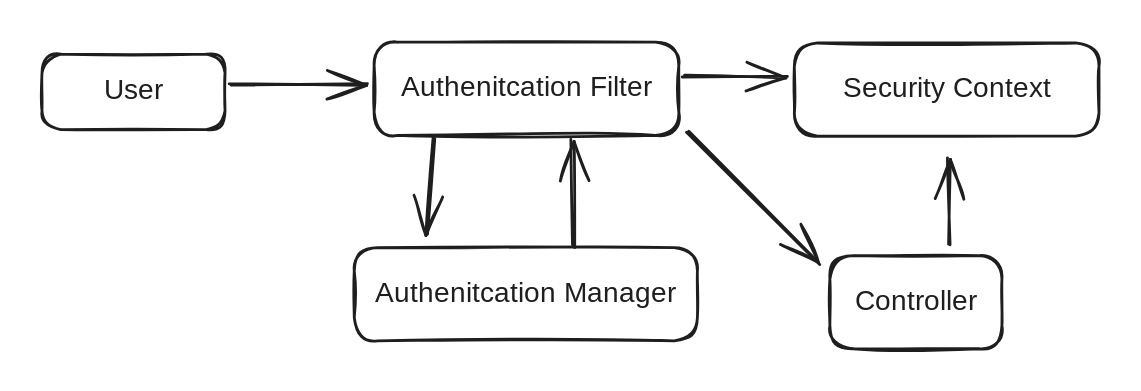
Before: .gitbook/assets/file.excalidraw.svg, a diagram exported from Excalidraw (Junnyjun/junlog). Source tidied: one line per element, renumbered; positions are measured from the earlier drawing's top-left corner, leaving out a move shared by most shapes.
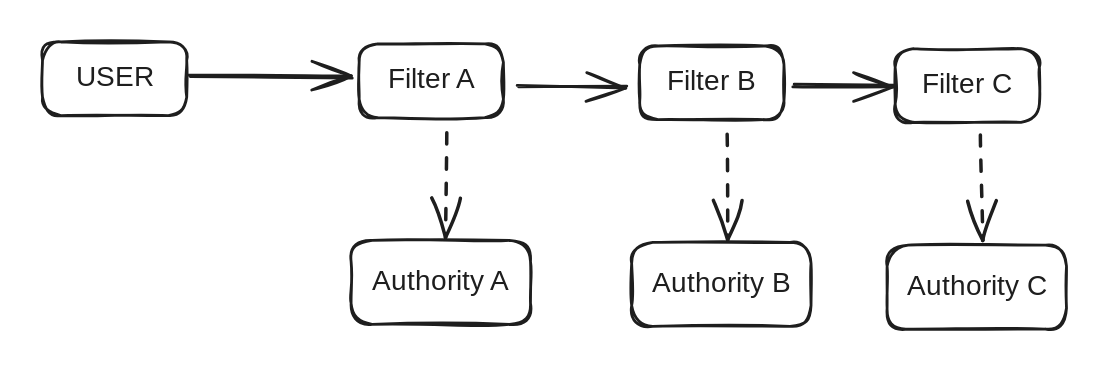
Later version of the same file.

The edit, as a diff of the source:
```diff
@@ -1,16 +1,20 @@
-{"id": 0, "type": "rectangle", "strokeColor": "#1e1e1e", "strokeWidth": 2, "roughness": 1, "round": true, "x": 0, "y": 8, "width": 131, "height": 54}
-{"id": 1, "type": "text", "text": "User", "strokeColor": "#1e1e1e", "strokeWidth": 2, "roughness": 1, "fontSize": 20, "fontFamily": 1, "textAlign": "center", "verticalAlign": "middle", "inside": 0, "x": 43, "y": 23, "width": 45, "height": 25}
-{"id": 2, "type": "arrow", "strokeColor": "#1e1e1e", "strokeWidth": 2, "roughness": 1, "endArrowhead": "arrow", "round": true, "from": 0, "to": 3, "x": 135, "y": 30, "width": 97, "height": 0, "points": [[0, 0], [97, 0]]}
-{"id": 3, "type": "rectangle", "strokeColor": "#1e1e1e", "strokeWidth": 2, "roughness": 1, "round": true, "x": 237, "y": 0, "width": 218, "height": 67}
-{"id": 4, "type": "text", "text": "Authenitcation Filter", "strokeColor": "#1e1e1e", "strokeWidth": 2, "roughness": 1, "fontSize": 20, "fontFamily": 1, "textAlign": "center", "verticalAlign": "middle", "inside": 3, "x": 245, "y": 21, "width": 203, "height": 25}
-{"id": 5, "type": "rectangle", "strokeColor": "#1e1e1e", "strokeWidth": 2, "roughness": 1, "round": true, "x": 537, "y": 1, "width": 218, "height": 67}
-{"id": 6, "type": "text", "text": "Security Context", "strokeColor": "#1e1e1e", "strokeWidth": 2, "roughness": 1, "fontSize": 20, "fontFamily": 1, "textAlign": "center", "verticalAlign": "middle", "inside": 5, "x": 563, "y": 21, "width": 166, "height": 25}
-{"id": 7, "type": "arrow", "strokeColor": "#1e1e1e", "strokeWidth": 2, "roughness": 1, "endArrowhead": "arrow", "round": true, "from": 3, "to": 5, "x": 458, "y": 25, "width": 74, "height": 0, "points": [[0, 0], [74, 0]]}
-{"id": 8, "type": "rectangle", "strokeColor": "#1e1e1e", "strokeWidth": 2, "roughness": 1, "round": true, "x": 223, "y": 147, "width": 245, "height": 67}
-{"id": 9, "type": "text", "text": "Authenitcation Manager", "strokeColor": "#1e1e1e", "strokeWidth": 2, "roughness": 1, "fontSize": 20, "fontFamily": 1, "textAlign": "center", "verticalAlign": "middle", "inside": 8, "x": 230, "y": 167, "width": 232, "height": 25}
-{"id": 10, "type": "arrow", "strokeColor": "#1e1e1e", "strokeWidth": 2, "roughness": 1, "endArrowhead": "arrow", "round": true, "from": 3, "to": 8, "x": 280, "y": 68, "width": 4, "height": 70, "points": [[0, 0], [-4, 70]]}
-{"id": 11, "type": "arrow", "strokeColor": "#1e1e1e", "strokeWidth": 2, "roughness": 1, "endArrowhead": "arrow", "round": true, "from": 8, "to": 3, "x": 380, "y": 146, "width": 1, "height": 76, "points": [[0, 0], [-1, -76]]}
-{"id": 12, "type": "rectangle", "strokeColor": "#1e1e1e", "strokeWidth": 2, "roughness": 1, "round": true, "x": 563, "y": 152, "width": 123, "height": 67}
-{"id": 13, "type": "text", "text": "Controller", "strokeColor": "#1e1e1e", "strokeWidth": 2, "roughness": 1, "fontSize": 20, "fontFamily": 1, "textAlign": "center", "verticalAlign": "middle", "inside": 12, "x": 577, "y": 173, "width": 94, "height": 25}
-{"id": 14, "type": "arrow", "strokeColor": "#1e1e1e", "strokeWidth": 2, "roughness": 1, "endArrowhead": "arrow", "round": true, "from": 3, "to": 12, "x": 461, "y": 64, "width": 94, "height": 94, "points": [[0, 0], [94, 94]]}
-{"id": 15, "type": "arrow", "strokeColor": "#1e1e1e", "strokeWidth": 2, "roughness": 1, "endArrowhead": "arrow", "round": true, "from": 12, "to": 5, "x": 648, "y": 144, "width": 0, "height": 60, "points": [[0, 0], [0, -60]]}
+{"id": 16, "type": "rectangle", "strokeColor": "#1e1e1e", "strokeWidth": 2, "roughness": 1, "round": true, "x": -23, "y": 7, "width": 103, "height": 53}
+{"id": 17, "type": "text", "text": "USER", "strokeColor": "#1e1e1e", "strokeWidth": 2, "roughness": 1, "fontSize": 20, "fontFamily": 1, "textAlign": "center", "verticalAlign": "middle", "inside": 16, "x": 2, "y": 21, "width": 53, "height": 25}
+{"id": 18, "type": "arrow", "strokeColor": "#1e1e1e", "strokeWidth": 2, "roughness": 1, "endArrowhead": "arrow", "round": true, "from": 16, "to": 19, "x": 82, "y": 32, "width": 116, "height": 0, "points": [[0, 0], [116, 0]]}
+{"id": 19, "type": "rectangle", "strokeColor": "#1e1e1e", "strokeWidth": 2, "roughness": 1, "round": true, "x": 203, "y": 9, "width": 103, "height": 53}
+{"id": 20, "type": "text", "text": "Filter A", "strokeColor": "#1e1e1e", "strokeWidth": 2, "roughness": 1, "fontSize": 20, "fontFamily": 1, "textAlign": "center", "verticalAlign": "middle", "inside": 19, "x": 217, "y": 23, "width": 75, "height": 25}
+{"id": 21, "type": "arrow", "strokeColor": "#1e1e1e", "strokeWidth": 2, "strokeStyle": "dashed", "roughness": 1, "endArrowhead": "arrow", "round": true, "from": 19, "to": 22, "x": 265, "y": 71, "width": 0, "height": 75, "points": [[0, 0], [0, 75]]}
+{"id": 22, "type": "rectangle", "strokeColor": "#1e1e1e", "strokeWidth": 2, "roughness": 1, "round": true, "x": 197, "y": 149, "width": 128, "height": 60}
+{"id": 23, "type": "text", "text": "Authority A", "strokeColor": "#1e1e1e", "strokeWidth": 2, "roughness": 1, "fontSize": 20, "fontFamily": 1, "textAlign": "center", "verticalAlign": "middle", "inside": 22, "x": 205, "y": 167, "width": 114, "height": 25}
+{"id": 24, "type": "rectangle", "strokeColor": "#1e1e1e", "strokeWidth": 2, "roughness": 1, "round": true, "x": 404, "y": 10, "width": 103, "height": 53}
+{"id": 25, "type": "text", "text": "Filter B", "strokeColor": "#1e1e1e", "strokeWidth": 2, "roughness": 1, "fontSize": 20, "fontFamily": 1, "textAlign": "center", "verticalAlign": "middle", "inside": 24, "x": 417, "y": 24, "width": 76, "height": 25}
+{"id": 26, "type": "arrow", "strokeColor": "#1e1e1e", "strokeWidth": 2, "strokeStyle": "dashed", "roughness": 1, "endArrowhead": "arrow", "round": true, "from": 24, "to": 27, "x": 465, "y": 73, "width": 0, "height": 75, "points": [[0, 0], [0, 75]]}
+{"id": 27, "type": "rectangle", "strokeColor": "#1e1e1e", "strokeWidth": 2, "roughness": 1, "round": true, "x": 398, "y": 151, "width": 128, "height": 60}
+{"id": 28, "type": "text", "text": "Authority B", "strokeColor": "#1e1e1e", "strokeWidth": 2, "roughness": 1, "fontSize": 20, "fontFamily": 1, "textAlign": "center", "verticalAlign": "middle", "inside": 27, "x": 405, "y": 168, "width": 115, "height": 25}
+{"id": 29, "type": "rectangle", "strokeColor": "#1e1e1e", "strokeWidth": 2, "roughness": 1, "round": true, "x": 586, "y": 12, "width": 103, "height": 53}
+{"id": 30, "type": "text", "text": "Filter C", "strokeColor": "#1e1e1e", "strokeWidth": 2, "roughness": 1, "fontSize": 20, "fontFamily": 1, "textAlign": "center", "verticalAlign": "middle", "inside": 29, "x": 600, "y": 26, "width": 75, "height": 25}
+{"id": 31, "type": "arrow", "strokeColor": "#1e1e1e", "strokeWidth": 2, "strokeStyle": "dashed", "roughness": 1, "endArrowhead": "arrow", "round": true, "from": 29, "to": 32, "x": 648, "y": 75, "width": 0, "height": 75, "points": [[0, 0], [0, 75]]}
+{"id": 32, "type": "rectangle", "strokeColor": "#1e1e1e", "strokeWidth": 2, "roughness": 1, "round": true, "x": 581, "y": 153, "width": 128, "height": 60}
+{"id": 33, "type": "text", "text": "Authority C", "strokeColor": "#1e1e1e", "strokeWidth": 2, "roughness": 1, "fontSize": 20, "fontFamily": 1, "textAlign": "center", "verticalAlign": "middle", "inside": 32, "x": 588, "y": 170, "width": 113, "height": 25}
+{"id": 34, "type": "arrow", "strokeColor": "#1e1e1e", "strokeWidth": 2, "roughness": 1, "endArrowhead": "arrow", "round": true, "from": 19, "to": 24, "x": 316, "y": 39, "width": 78, "height": 0, "points": [[0, 0], [78, 0]]}
+{"id": 35, "type": "arrow", "strokeColor": "#1e1e1e", "strokeWidth": 2, "roughness": 1, "endArrowhead": "arrow", "round": true, "from": 24, "to": 29, "x": 513, "y": 39, "width": 71, "height": 0, "points": [[0, 0], [71, 0]]}
```
